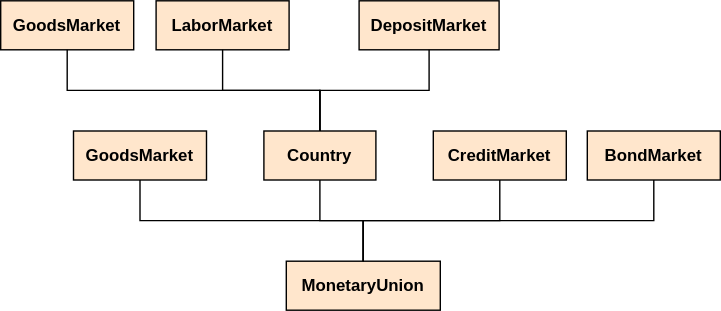
Earlier version of the draw.io export docs/diagrams/space_structure.drawio.svg (MalcomChumchouaPenda/MC-AB-SFC2). Source tidied: cells renumbered, new cells last; positions are measured from the earlier drawing's top-left corner, leaving out a move shared by most shapes.
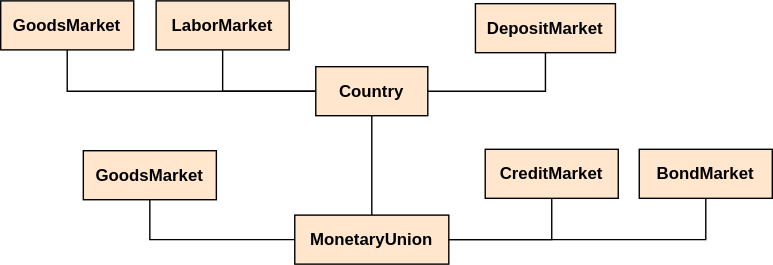
After the change.

Change to the diagram source:
```diff
@@ -3,48 +3,48 @@
     <mxCell id="0" />
     <mxCell id="1" parent="0" />
     <mxCell id="2" value="&lt;b&gt;MonetaryUnion&lt;/b&gt;" style="html=1;whiteSpace=wrap;fillColor=#ffe6cc;strokeColor=#000000;" parent="1" vertex="1">
-      <mxGeometry x="204" y="186" width="110" height="35" as="geometry" />
+      <mxGeometry x="210" y="182" width="110" height="35" as="geometry" />
     </mxCell>
     <mxCell id="3" value="&lt;b&gt;BondMarket&lt;/b&gt;" style="html=1;whiteSpace=wrap;fillColor=#ffe6cc;strokeColor=#000000;" parent="1" vertex="1">
-      <mxGeometry x="419" y="93" width="95" height="35" as="geometry" />
+      <mxGeometry x="456" y="135" width="95" height="35" as="geometry" />
     </mxCell>
     <mxCell id="4" value="&lt;b&gt;Country&lt;/b&gt;" style="html=1;whiteSpace=wrap;fillColor=#ffe6cc;strokeColor=#000000;" parent="1" vertex="1">
-      <mxGeometry x="188" y="93" width="80" height="35" as="geometry" />
+      <mxGeometry x="225" y="76" width="80" height="35" as="geometry" />
     </mxCell>
     <mxCell id="5" value="&lt;b&gt;CreditMarket&lt;/b&gt;" style="html=1;whiteSpace=wrap;fillColor=#ffe6cc;strokeColor=#000000;" parent="1" vertex="1">
-      <mxGeometry x="309" y="93" width="95" height="35" as="geometry" />
+      <mxGeometry x="346" y="135" width="95" height="35" as="geometry" />
     </mxCell>
     <mxCell id="6" value="&lt;b&gt;GoodsMarket&lt;/b&gt;" style="html=1;whiteSpace=wrap;fillColor=#ffe6cc;strokeColor=#000000;" parent="1" vertex="1">
-      <mxGeometry x="52" y="93" width="95" height="35" as="geometry" />
+      <mxGeometry x="59" y="136" width="95" height="35" as="geometry" />
     </mxCell>
-    <mxCell id="7" style="edgeStyle=orthogonalEdgeStyle;html=1;entryX=0.5;entryY=1;entryDx=0;entryDy=0;rounded=0;exitX=0.5;exitY=0;exitDx=0;exitDy=0;strokeColor=#000000;endArrow=none;endFill=0;startArrow=none;startFill=0;endSize=16;startSize=16;" parent="1" edge="1" source="2" target="3">
+    <mxCell id="7" style="edgeStyle=orthogonalEdgeStyle;html=1;entryX=0.5;entryY=1;entryDx=0;entryDy=0;rounded=0;strokeColor=#000000;endArrow=none;endFill=0;startArrow=none;startFill=0;endSize=16;startSize=16;exitX=1;exitY=0.5;exitDx=0;exitDy=0;" parent="1" edge="1" source="2" target="3">
       <mxGeometry relative="1" as="geometry" />
     </mxCell>
-    <mxCell id="8" style="edgeStyle=orthogonalEdgeStyle;html=1;entryX=0.5;entryY=1;entryDx=0;entryDy=0;rounded=0;exitX=0.5;exitY=0;exitDx=0;exitDy=0;strokeColor=#000000;endArrow=none;endFill=0;startArrow=none;startFill=0;endSize=16;startSize=16;" parent="1" edge="1" source="2" target="5">
+    <mxCell id="8" style="edgeStyle=orthogonalEdgeStyle;html=1;entryX=0.5;entryY=1;entryDx=0;entryDy=0;rounded=0;exitX=1;exitY=0.5;exitDx=0;exitDy=0;strokeColor=#000000;endArrow=none;endFill=0;startArrow=none;startFill=0;endSize=16;startSize=16;" parent="1" edge="1" source="2" target="5">
       <mxGeometry relative="1" as="geometry" />
     </mxCell>
-    <mxCell id="9" style="edgeStyle=orthogonalEdgeStyle;html=1;entryX=0.5;entryY=1;entryDx=0;entryDy=0;rounded=0;exitX=0.5;exitY=0;exitDx=0;exitDy=0;strokeColor=#000000;endArrow=none;endFill=0;startArrow=none;startFill=0;endSize=16;startSize=16;" parent="1" edge="1" source="2" target="6">
+    <mxCell id="9" style="edgeStyle=orthogonalEdgeStyle;html=1;entryX=0.5;entryY=1;entryDx=0;entryDy=0;rounded=0;strokeColor=#000000;endArrow=none;endFill=0;startArrow=none;startFill=0;endSize=16;startSize=16;exitX=0;exitY=0.5;exitDx=0;exitDy=0;" parent="1" edge="1" source="2" target="6">
       <mxGeometry relative="1" as="geometry" />
     </mxCell>
     <mxCell id="10" style="edgeStyle=orthogonalEdgeStyle;html=1;entryX=0.5;entryY=1;entryDx=0;entryDy=0;rounded=0;exitX=0.5;exitY=0;exitDx=0;exitDy=0;strokeColor=#000000;endArrow=none;endFill=0;startArrow=none;startFill=0;endSize=16;startSize=16;" parent="1" edge="1" source="2" target="4">
       <mxGeometry relative="1" as="geometry" />
     </mxCell>
     <mxCell id="11" value="&lt;b&gt;LaborMarket&lt;/b&gt;" style="html=1;whiteSpace=wrap;fillColor=#ffe6cc;strokeColor=#000000;" parent="1" vertex="1">
-      <mxGeometry x="111" width="95" height="35" as="geometry" />
+      <mxGeometry x="111" y="29" width="95" height="35" as="geometry" />
     </mxCell>
     <mxCell id="12" value="&lt;b&gt;DepositMarket&lt;/b&gt;" style="html=1;whiteSpace=wrap;fillColor=#ffe6cc;strokeColor=#000000;" parent="1" vertex="1">
-      <mxGeometry x="256" width="100" height="35" as="geometry" />
+      <mxGeometry x="339" y="31" width="100" height="35" as="geometry" />
     </mxCell>
     <mxCell id="13" value="&lt;b&gt;GoodsMarket&lt;/b&gt;" style="html=1;whiteSpace=wrap;fillColor=#ffe6cc;strokeColor=#000000;" parent="1" vertex="1">
-      <mxGeometry width="95" height="35" as="geometry" />
+      <mxGeometry y="29" width="95" height="35" as="geometry" />
     </mxCell>
-    <mxCell id="14" style="edgeStyle=orthogonalEdgeStyle;html=1;entryX=0.5;entryY=1;entryDx=0;entryDy=0;rounded=0;exitX=0.5;exitY=0;exitDx=0;exitDy=0;strokeColor=#000000;endArrow=none;endFill=0;startArrow=none;startFill=0;endSize=16;startSize=16;" parent="1" edge="1" source="4" target="12">
+    <mxCell id="14" style="edgeStyle=orthogonalEdgeStyle;html=1;entryX=0.5;entryY=1;entryDx=0;entryDy=0;rounded=0;exitX=1;exitY=0.5;exitDx=0;exitDy=0;strokeColor=#000000;endArrow=none;endFill=0;startArrow=none;startFill=0;endSize=16;startSize=16;" parent="1" edge="1" source="4" target="12">
       <mxGeometry relative="1" as="geometry" />
     </mxCell>
-    <mxCell id="15" style="edgeStyle=orthogonalEdgeStyle;html=1;entryX=0.5;entryY=1;entryDx=0;entryDy=0;rounded=0;exitX=0.5;exitY=0;exitDx=0;exitDy=0;strokeColor=#000000;endArrow=none;endFill=0;startArrow=none;startFill=0;endSize=16;startSize=16;" parent="1" edge="1" source="4" target="13">
+    <mxCell id="15" style="edgeStyle=orthogonalEdgeStyle;html=1;entryX=0.5;entryY=1;entryDx=0;entryDy=0;rounded=0;exitX=0;exitY=0.5;exitDx=0;exitDy=0;strokeColor=#000000;endArrow=none;endFill=0;startArrow=none;startFill=0;endSize=16;startSize=16;" parent="1" edge="1" source="4" target="13">
       <mxGeometry relative="1" as="geometry" />
     </mxCell>
-    <mxCell id="16" style="edgeStyle=orthogonalEdgeStyle;html=1;entryX=0.5;entryY=1;entryDx=0;entryDy=0;rounded=0;exitX=0.5;exitY=0;exitDx=0;exitDy=0;strokeColor=#000000;endArrow=none;endFill=0;startArrow=none;startFill=0;endSize=16;startSize=16;" parent="1" edge="1" source="4" target="11">
+    <mxCell id="16" style="edgeStyle=orthogonalEdgeStyle;html=1;entryX=0.5;entryY=1;entryDx=0;entryDy=0;rounded=0;exitX=0;exitY=0.5;exitDx=0;exitDy=0;strokeColor=#000000;endArrow=none;endFill=0;startArrow=none;startFill=0;endSize=16;startSize=16;" parent="1" edge="1" source="4" target="11">
       <mxGeometry relative="1" as="geometry" />
     </mxCell>
   </root>
```
